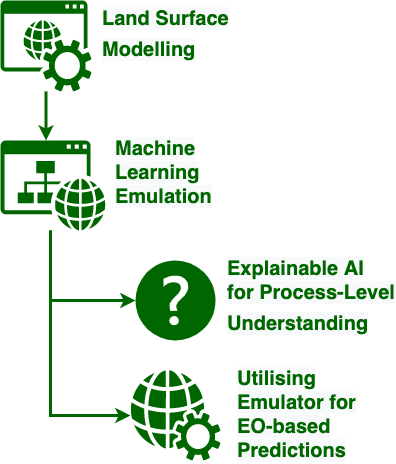
This is assets/images/top_level.png from rjp23/IMITATE, a draw.io export, as it was before one commit. Source tidied: cells renumbered, new cells last; positions are measured from the earlier drawing's top-left corner, leaving out a move shared by most shapes. Source of this version:
```xml
<mxGraphModel background="#ffffff">
  <root>
    <mxCell id="0" />
    <mxCell id="1" parent="0" />
    <mxCell id="2" style="shadow=0;dashed=0;html=1;strokeColor=none;fillColor=#006600;labelPosition=center;verticalLabelPosition=bottom;verticalAlign=top;outlineConnect=0;align=center;shape=mxgraph.office.concepts.help;sketch=0;fontColor=#006600;fontSize=14;fontStyle=1;labelBackgroundColor=#ffffff;" parent="1" vertex="1">
      <mxGeometry x="135" y="260" width="80" height="80" as="geometry" />
    </mxCell>
    <mxCell id="3" style="shadow=0;dashed=0;html=1;strokeColor=none;fillColor=#006600;labelPosition=center;verticalLabelPosition=bottom;verticalAlign=top;outlineConnect=0;align=center;shape=mxgraph.office.concepts.web_services;sketch=0;fontColor=#006600;fontSize=14;fontStyle=1;labelBackgroundColor=#ffffff;" parent="1" vertex="1">
      <mxGeometry x="130" y="370" width="90" height="90" as="geometry" />
    </mxCell>
    <mxCell id="4" style="edgeStyle=orthogonalEdgeStyle;rounded=0;jettySize=auto;html=1;strokeWidth=3;fontColor=#006600;strokeColor=#006600;" parent="1" edge="1" source="5" target="6">
      <mxGeometry relative="1" as="geometry">
        <Array as="points">
          <mxPoint x="46" y="116" />
          <mxPoint x="46" y="116" />
        </Array>
      </mxGeometry>
    </mxCell>
    <mxCell id="5" style="shadow=0;dashed=0;html=1;strokeColor=none;labelPosition=center;verticalLabelPosition=bottom;verticalAlign=top;outlineConnect=0;align=center;shape=mxgraph.office.services.online_hosted_services;sketch=0;fontSize=14;fontStyle=1;labelBackgroundColor=#ffffff;labelBorderColor=none;fillColor=#006600;fontColor=#006600;" parent="1" vertex="1">
      <mxGeometry width="91" height="91" as="geometry" />
    </mxCell>
    <mxCell id="6" style="shadow=0;dashed=0;html=1;strokeColor=none;fillColor=#006600;labelPosition=center;verticalLabelPosition=bottom;verticalAlign=top;outlineConnect=0;align=center;shape=mxgraph.office.concepts.website;sketch=0;fontColor=#006600;fontSize=14;fontStyle=1;labelBackgroundColor=#ffffff;" parent="1" vertex="1">
      <mxGeometry y="140" width="105" height="90" as="geometry" />
    </mxCell>
    <mxCell id="7" style="edgeStyle=orthogonalEdgeStyle;rounded=0;jettySize=auto;html=1;strokeWidth=3;strokeColor=#006600;" parent="1" edge="1" source="6" target="2">
      <mxGeometry relative="1" as="geometry">
        <Array as="points">
          <mxPoint x="50" y="300" />
        </Array>
      </mxGeometry>
    </mxCell>
    <mxCell id="8" style="edgeStyle=orthogonalEdgeStyle;rounded=0;jettySize=auto;html=1;strokeWidth=3;strokeColor=#006600;" parent="1" edge="1" target="3">
      <mxGeometry relative="1" as="geometry">
        <mxPoint x="50" y="230" as="sourcePoint" />
        <Array as="points">
          <mxPoint x="50" y="415" />
        </Array>
      </mxGeometry>
    </mxCell>
    <mxCell id="9" value="&lt;meta charset=&quot;utf-8&quot;&gt;&lt;span style=&quot;font-family: helvetica; font-size: 20px; font-style: normal; font-weight: 700; letter-spacing: normal; text-align: left; text-indent: 0px; text-transform: none; word-spacing: 0px; background-color: rgb(248, 249, 250); display: inline; float: none;&quot;&gt;Land Surface&lt;/span&gt;&lt;br style=&quot;font-family: helvetica; font-size: 20px; font-style: normal; font-weight: 700; letter-spacing: normal; text-align: left; text-indent: 0px; text-transform: none; word-spacing: 0px; background-color: rgb(248, 249, 250);&quot;&gt;&lt;span style=&quot;font-family: helvetica; font-size: 20px; font-style: normal; font-weight: 700; letter-spacing: normal; text-align: left; text-indent: 0px; text-transform: none; word-spacing: 0px; background-color: rgb(248, 249, 250); display: inline; float: none;&quot;&gt;Modelling&lt;/span&gt;" style="text;whiteSpace=wrap;html=1;fontColor=#006600;" parent="1" vertex="1">
      <mxGeometry x="100" width="150" height="50" as="geometry" />
    </mxCell>
    <mxCell id="10" value="&lt;meta charset=&quot;utf-8&quot;&gt;&lt;span style=&quot;font-family: helvetica; font-size: 20px; font-style: normal; font-weight: 700; letter-spacing: normal; text-align: left; text-indent: 0px; text-transform: none; word-spacing: 0px; background-color: rgb(248, 249, 250); display: inline; float: none;&quot;&gt;Machine Learning Emulation&lt;/span&gt;" style="text;whiteSpace=wrap;html=1;fontColor=#006600;" parent="1" vertex="1">
      <mxGeometry x="112.5" y="130" width="125" height="30" as="geometry" />
    </mxCell>
    <mxCell id="11" value="&lt;meta charset=&quot;utf-8&quot;&gt;&lt;span style=&quot;font-family: helvetica; font-size: 20px; font-style: normal; font-weight: 700; letter-spacing: normal; text-align: left; text-indent: 0px; text-transform: none; word-spacing: 0px; background-color: rgb(248, 249, 250); display: inline; float: none;&quot;&gt;Explainable AI for Process-Level&lt;/span&gt;&lt;br style=&quot;font-family: helvetica; font-size: 20px; font-style: normal; font-weight: 700; letter-spacing: normal; text-align: left; text-indent: 0px; text-transform: none; word-spacing: 0px; background-color: rgb(248, 249, 250);&quot;&gt;&lt;span style=&quot;font-family: helvetica; font-size: 20px; font-style: normal; font-weight: 700; letter-spacing: normal; text-align: left; text-indent: 0px; text-transform: none; word-spacing: 0px; background-color: rgb(248, 249, 250); display: inline; float: none;&quot;&gt;Understanding&lt;/span&gt;" style="text;whiteSpace=wrap;html=1;fontColor=#006600;" parent="1" vertex="1">
      <mxGeometry x="225" y="250" width="170" height="50" as="geometry" />
    </mxCell>
    <mxCell id="12" value="&lt;meta charset=&quot;utf-8&quot;&gt;&lt;span style=&quot;font-family: helvetica; font-size: 20px; font-style: normal; font-weight: 700; letter-spacing: normal; text-align: left; text-indent: 0px; text-transform: none; word-spacing: 0px; background-color: rgb(248, 249, 250); display: inline; float: none;&quot;&gt;Utilising Emulator for EO-based Predictions&lt;/span&gt;" style="text;whiteSpace=wrap;html=1;fontColor=#006600;" parent="1" vertex="1">
      <mxGeometry x="235" y="360" width="150" height="30" as="geometry" />
    </mxCell>
  </root>
</mxGraphModel>
```
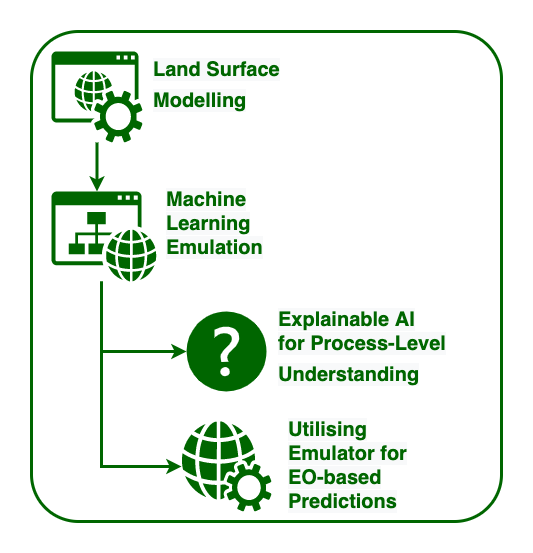
Later version of the same file.

What changed in the source:
```diff
@@ -2,6 +2,9 @@
   <root>
     <mxCell id="0" />
     <mxCell id="1" parent="0" />
+    <mxCell id="13" style="rounded=1;whiteSpace=wrap;html=1;arcSize=10;strokeColor=#006600;strokeWidth=3;" parent="1" vertex="1">
+      <mxGeometry x="-20" y="-20" width="470" height="490" as="geometry" />
+    </mxCell>
     <mxCell id="2" style="shadow=0;dashed=0;html=1;strokeColor=none;fillColor=#006600;labelPosition=center;verticalLabelPosition=bottom;verticalAlign=top;outlineConnect=0;align=center;shape=mxgraph.office.concepts.help;sketch=0;fontColor=#006600;fontSize=14;fontStyle=1;labelBackgroundColor=#ffffff;" parent="1" vertex="1">
       <mxGeometry x="135" y="260" width="80" height="80" as="geometry" />
     </mxCell>
```
